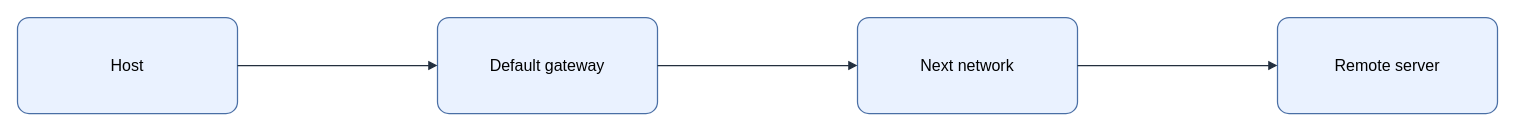
Before: assets/img/network/default-gateway-forwarding.drawio in KKamJi98/kkamji98.github.io, a draw.io diagram. Source tidied: cells renumbered, new cells numbered last; positions are measured from the earlier drawing's top-left corner, leaving out a move shared by most shapes. Both pictures are drawn from the tidied source at 100%, with x=0, y=0 at pixel (17, 17).
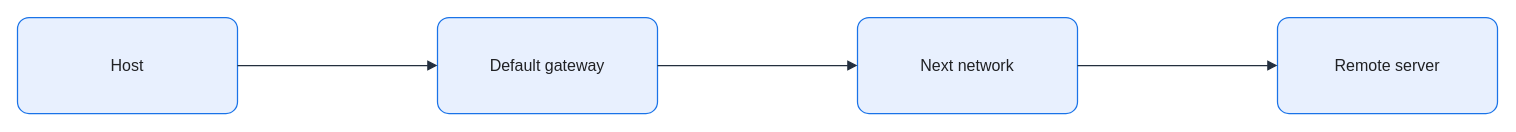
After the change.

What changed in the source:
```diff
@@
 <mxGraphModel background="#FFFFFF">
   <root>
     <mxCell id="0" />
     <mxCell id="1" parent="0" />
-    <mxCell id="2" value="Host" style="rounded=1;arcSize=12;whiteSpace=wrap;html=0;fillColor=#EAF2FF;strokeColor=#4A6FA5;strokeWidth=1.25;fontColor=#000000;fontSize=16;align=center;verticalAlign=middle;spacing=8;shadow=0;" parent="1" vertex="1">
+    <mxCell id="2" value="Host" style="rounded=1;arcSize=12;whiteSpace=wrap;html=0;fillColor=#E8F0FE;strokeColor=#1A73E8;strokeWidth=1.25;fontColor=#202124;fontSize=16;align=center;verticalAlign=middle;spacing=8;shadow=0;" parent="1" vertex="1">
       <mxGeometry width="220" height="96" as="geometry" />
     </mxCell>
-    <mxCell id="3" value="Default gateway" style="rounded=1;arcSize=12;whiteSpace=wrap;html=0;fillColor=#EAF2FF;strokeColor=#4A6FA5;strokeWidth=1.25;fontColor=#000000;fontSize=16;align=center;verticalAlign=middle;spacing=8;shadow=0;" parent="1" vertex="1">
+    <mxCell id="3" value="Default gateway" style="rounded=1;arcSize=12;whiteSpace=wrap;html=0;fillColor=#E8F0FE;strokeColor=#1A73E8;strokeWidth=1.25;fontColor=#202124;fontSize=16;align=center;verticalAlign=middle;spacing=8;shadow=0;" parent="1" vertex="1">
       <mxGeometry x="420" width="220" height="96" as="geometry" />
     </mxCell>
-    <mxCell id="4" value="Next network" style="rounded=1;arcSize=12;whiteSpace=wrap;html=0;fillColor=#EAF2FF;strokeColor=#4A6FA5;strokeWidth=1.25;fontColor=#000000;fontSize=16;align=center;verticalAlign=middle;spacing=8;shadow=0;" parent="1" vertex="1">
+    <mxCell id="4" value="Next network" style="rounded=1;arcSize=12;whiteSpace=wrap;html=0;fillColor=#E8F0FE;strokeColor=#1A73E8;strokeWidth=1.25;fontColor=#202124;fontSize=16;align=center;verticalAlign=middle;spacing=8;shadow=0;" parent="1" vertex="1">
       <mxGeometry x="840" width="220" height="96" as="geometry" />
     </mxCell>
-    <mxCell id="5" value="Remote server" style="rounded=1;arcSize=12;whiteSpace=wrap;html=0;fillColor=#EAF2FF;strokeColor=#4A6FA5;strokeWidth=1.25;fontColor=#000000;fontSize=16;align=center;verticalAlign=middle;spacing=8;shadow=0;" parent="1" vertex="1">
+    <mxCell id="5" value="Remote server" style="rounded=1;arcSize=12;whiteSpace=wrap;html=0;fillColor=#E8F0FE;strokeColor=#1A73E8;strokeWidth=1.25;fontColor=#202124;fontSize=16;align=center;verticalAlign=middle;spacing=8;shadow=0;" parent="1" vertex="1">
       <mxGeometry x="1260" width="220" height="96" as="geometry" />
     </mxCell>
-    <mxCell id="6" style="edgeStyle=orthogonalEdgeStyle;rounded=0;jettySize=auto;html=0;endArrow=block;endFill=1;strokeColor=#232F3E;strokeWidth=1.25;fontColor=#000000;labelBackgroundColor=none;exitX=1;exitY=0.5;exitDx=0;exitDy=0;entryX=0;entryY=0.5;entryDx=0;entryDy=0;" parent="1" edge="1" source="2" target="3">
+    <mxCell id="6" style="edgeStyle=orthogonalEdgeStyle;rounded=0;jettySize=auto;html=0;endArrow=block;endFill=1;strokeColor=#232F3E;strokeWidth=1.25;fontColor=#202124;labelBackgroundColor=none;exitX=1;exitY=0.5;exitDx=0;exitDy=0;entryX=0;entryY=0.5;entryDx=0;entryDy=0;endSize=7;" parent="1" edge="1" source="2" target="3">
       <mxGeometry relative="1" as="geometry" />
     </mxCell>
-    <mxCell id="7" style="edgeStyle=orthogonalEdgeStyle;rounded=0;jettySize=auto;html=0;endArrow=block;endFill=1;strokeColor=#232F3E;strokeWidth=1.25;fontColor=#000000;labelBackgroundColor=none;exitX=1;exitY=0.5;exitDx=0;exitDy=0;entryX=0;entryY=0.5;entryDx=0;entryDy=0;" parent="1" edge="1" source="3" target="4">
+    <mxCell id="7" style="edgeStyle=orthogonalEdgeStyle;rounded=0;jettySize=auto;html=0;endArrow=block;endFill=1;strokeColor=#232F3E;strokeWidth=1.25;fontColor=#202124;labelBackgroundColor=none;exitX=1;exitY=0.5;exitDx=0;exitDy=0;entryX=0;entryY=0.5;entryDx=0;entryDy=0;endSize=7;" parent="1" edge="1" source="3" target="4">
       <mxGeometry relative="1" as="geometry" />
     </mxCell>
-    <mxCell id="8" style="edgeStyle=orthogonalEdgeStyle;rounded=0;jettySize=auto;html=0;endArrow=block;endFill=1;strokeColor=#232F3E;strokeWidth=1.25;fontColor=#000000;labelBackgroundColor=none;exitX=1;exitY=0.5;exitDx=0;exitDy=0;entryX=0;entryY=0.5;entryDx=0;entryDy=0;" parent="1" edge="1" source="4" target="5">
+    <mxCell id="8" style="edgeStyle=orthogonalEdgeStyle;rounded=0;jettySize=auto;html=0;endArrow=block;endFill=1;strokeColor=#232F3E;strokeWidth=1.25;fontColor=#202124;labelBackgroundColor=none;exitX=1;exitY=0.5;exitDx=0;exitDy=0;entryX=0;entryY=0.5;entryDx=0;entryDy=0;endSize=7;" parent="1" edge="1" source="4" target="5">
       <mxGeometry relative="1" as="geometry" />
     </mxCell>
   </root>
 </mxGraphModel>
```
